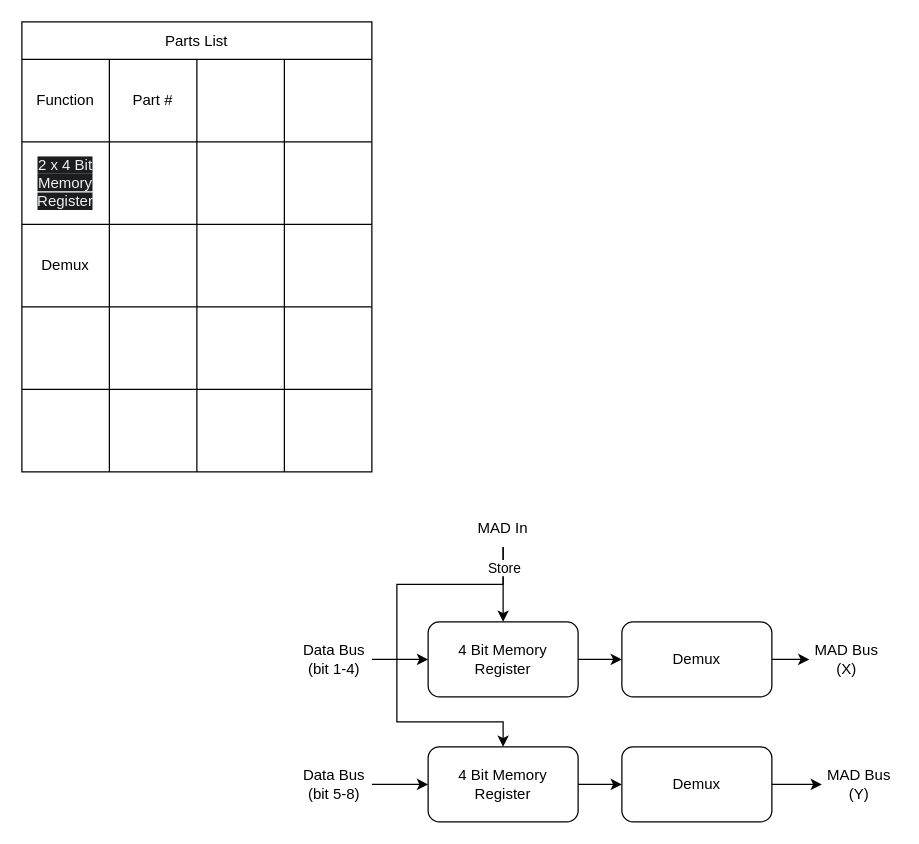
Before: page "Memory Buffer" (2 of 4) of General/Magnetic Memory.drawio in omzz15/Magnetic-Memory, a draw.io diagram. Source tidied: cells renumbered, new cells numbered last; positions are measured from the earlier drawing's top-left corner, leaving out a move shared by most shapes. Both pictures are drawn from the tidied source at 125%, with x=0, y=0 at pixel (21, 21).
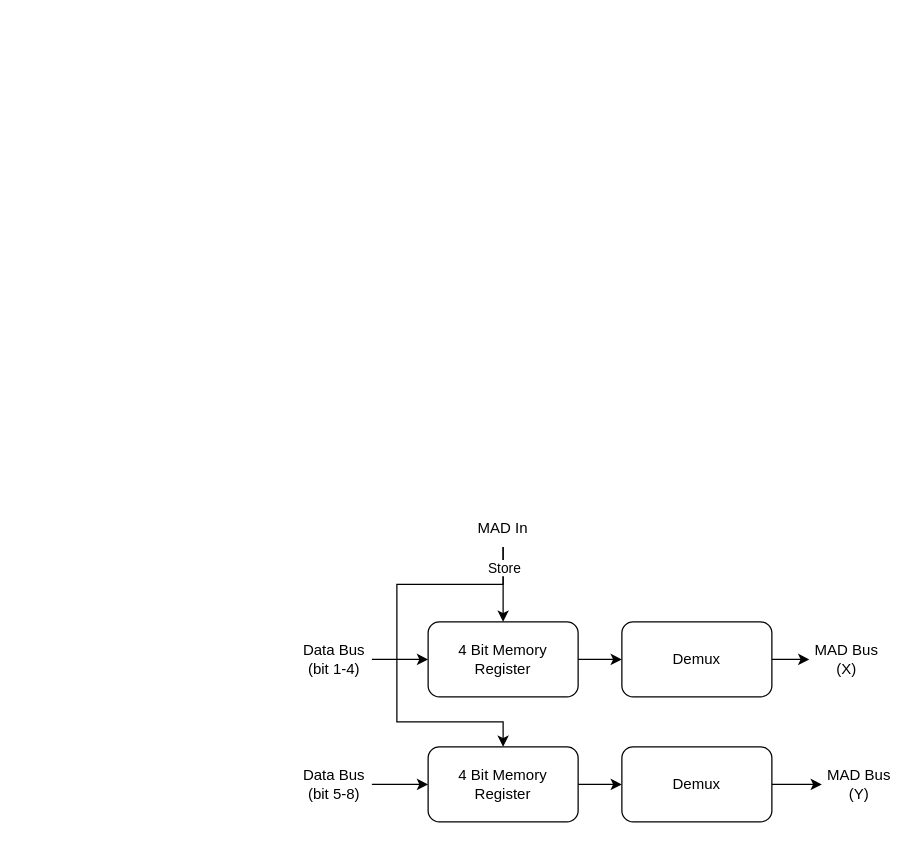
The same page after the edit.

Commit message (it also covers changes not shown here):
Worked on Part Selection

The edit, as a diff of the source:
```diff
@@
-    <mxCell id="20" value="Parts List" style="shape=table;startSize=30;childLayout=tableLayout;" parent="1" vertex="1">
-      <mxGeometry width="280" height="360" as="geometry" />
-    </mxCell>
-    <mxCell id="21" style="shape=tableRow;horizontal=0;startSize=0;swimlaneHead=0;swimlaneBody=0;strokeColor=inherit;top=0;left=0;bottom=0;right=0;fillColor=none;" parent="20" vertex="1">
-      <mxGeometry y="30" width="280" height="66" as="geometry" />
-    </mxCell>
-    <mxCell id="22" value="Function" style="shape=partialRectangle;html=1;whiteSpace=wrap;strokeColor=inherit;overflow=hidden;fillColor=none;top=0;left=0;bottom=0;right=0;" parent="21" vertex="1">
-      <mxGeometry width="70" height="66" as="geometry" />
-    </mxCell>
-    <mxCell id="23" value="Part #" style="shape=partialRectangle;html=1;whiteSpace=wrap;strokeColor=inherit;overflow=hidden;fillColor=none;top=0;left=0;bottom=0;right=0;" parent="21" vertex="1">
-      <mxGeometry x="70" width="70" height="66" as="geometry" />
-    </mxCell>
-    <mxCell id="24" style="shape=partialRectangle;html=1;whiteSpace=wrap;strokeColor=inherit;overflow=hidden;fillColor=none;top=0;left=0;bottom=0;right=0;" parent="21" vertex="1">
-      <mxGeometry x="140" width="70" height="66" as="geometry" />
-    </mxCell>
-    <mxCell id="25" style="shape=partialRectangle;html=1;whiteSpace=wrap;strokeColor=inherit;overflow=hidden;fillColor=none;top=0;left=0;bottom=0;right=0;" parent="21" vertex="1">
-      <mxGeometry x="210" width="70" height="66" as="geometry" />
-    </mxCell>
-    <mxCell id="26" style="shape=tableRow;horizontal=0;startSize=0;swimlaneHead=0;swimlaneBody=0;strokeColor=inherit;top=0;left=0;bottom=0;right=0;fillColor=none;" parent="20" vertex="1">
-      <mxGeometry y="96" width="280" height="66" as="geometry" />
-    </mxCell>
-    <mxCell id="27" value="&lt;span style=&quot;color: rgb(240, 240, 240); font-family: Helvetica; font-size: 12px; font-style: normal; font-variant-ligatures: normal; font-variant-caps: normal; font-weight: 400; letter-spacing: normal; orphans: 2; text-align: center; text-indent: 0px; text-transform: none; widows: 2; word-spacing: 0px; -webkit-text-stroke-width: 0px; background-color: rgb(27, 29, 30); text-decoration-thickness: initial; text-decoration-style: initial; text-decoration-color: initial; float: none; display: inline !important;&quot;&gt;2 x 4 Bit Memory Register&lt;/span&gt;" style="shape=partialRectangle;html=1;whiteSpace=wrap;strokeColor=inherit;overflow=hidden;fillColor=none;top=0;left=0;bottom=0;right=0;" parent="26" vertex="1">
-      <mxGeometry width="70" height="66" as="geometry" />
-    </mxCell>
-    <mxCell id="28" style="shape=partialRectangle;html=1;whiteSpace=wrap;strokeColor=inherit;overflow=hidden;fillColor=none;top=0;left=0;bottom=0;right=0;" parent="26" vertex="1">
-      <mxGeometry x="70" width="70" height="66" as="geometry" />
-    </mxCell>
-    <mxCell id="29" style="shape=partialRectangle;html=1;whiteSpace=wrap;strokeColor=inherit;overflow=hidden;fillColor=none;top=0;left=0;bottom=0;right=0;" parent="26" vertex="1">
-      <mxGeometry x="140" width="70" height="66" as="geometry" />
-    </mxCell>
-    <mxCell id="30" style="shape=partialRectangle;html=1;whiteSpace=wrap;strokeColor=inherit;overflow=hidden;fillColor=none;top=0;left=0;bottom=0;right=0;" parent="26" vertex="1">
-      <mxGeometry x="210" width="70" height="66" as="geometry" />
-    </mxCell>
-    <mxCell id="31" style="shape=tableRow;horizontal=0;startSize=0;swimlaneHead=0;swimlaneBody=0;strokeColor=inherit;top=0;left=0;bottom=0;right=0;fillColor=none;" parent="20" vertex="1">
-      <mxGeometry y="162" width="280" height="66" as="geometry" />
-    </mxCell>
-    <mxCell id="32" value="Demux" style="shape=partialRectangle;html=1;whiteSpace=wrap;strokeColor=inherit;overflow=hidden;fillColor=none;top=0;left=0;bottom=0;right=0;" parent="31" vertex="1">
-      <mxGeometry width="70" height="66" as="geometry" />
-    </mxCell>
-    <mxCell id="33" style="shape=partialRectangle;html=1;whiteSpace=wrap;strokeColor=inherit;overflow=hidden;fillColor=none;top=0;left=0;bottom=0;right=0;" parent="31" vertex="1">
-      <mxGeometry x="70" width="70" height="66" as="geometry" />
-    </mxCell>
-    <mxCell id="34" style="shape=partialRectangle;html=1;whiteSpace=wrap;strokeColor=inherit;overflow=hidden;fillColor=none;top=0;left=0;bottom=0;right=0;" parent="31" vertex="1">
-      <mxGeometry x="140" width="70" height="66" as="geometry" />
-    </mxCell>
-    <mxCell id="35" style="shape=partialRectangle;html=1;whiteSpace=wrap;strokeColor=inherit;overflow=hidden;fillColor=none;top=0;left=0;bottom=0;right=0;" parent="31" vertex="1">
-      <mxGeometry x="210" width="70" height="66" as="geometry" />
-    </mxCell>
-    <mxCell id="36" style="shape=tableRow;horizontal=0;startSize=0;swimlaneHead=0;swimlaneBody=0;strokeColor=inherit;top=0;left=0;bottom=0;right=0;fillColor=none;" parent="20" vertex="1">
-      <mxGeometry y="228" width="280" height="66" as="geometry" />
-    </mxCell>
-    <mxCell id="37" style="shape=partialRectangle;html=1;whiteSpace=wrap;strokeColor=inherit;overflow=hidden;fillColor=none;top=0;left=0;bottom=0;right=0;" parent="36" vertex="1">
-      <mxGeometry width="70" height="66" as="geometry" />
-    </mxCell>
-    <mxCell id="38" style="shape=partialRectangle;html=1;whiteSpace=wrap;strokeColor=inherit;overflow=hidden;fillColor=none;top=0;left=0;bottom=0;right=0;" parent="36" vertex="1">
-      <mxGeometry x="70" width="70" height="66" as="geometry" />
-    </mxCell>
-    <mxCell id="39" style="shape=partialRectangle;html=1;whiteSpace=wrap;strokeColor=inherit;overflow=hidden;fillColor=none;top=0;left=0;bottom=0;right=0;" parent="36" vertex="1">
-      <mxGeometry x="140" width="70" height="66" as="geometry" />
-    </mxCell>
-    <mxCell id="40" style="shape=partialRectangle;html=1;whiteSpace=wrap;strokeColor=inherit;overflow=hidden;fillColor=none;top=0;left=0;bottom=0;right=0;" parent="36" vertex="1">
-      <mxGeometry x="210" width="70" height="66" as="geometry" />
-    </mxCell>
-    <mxCell id="41" style="shape=tableRow;horizontal=0;startSize=0;swimlaneHead=0;swimlaneBody=0;strokeColor=inherit;top=0;left=0;bottom=0;right=0;fillColor=none;" parent="20" vertex="1">
-      <mxGeometry y="294" width="280" height="66" as="geometry" />
-    </mxCell>
-    <mxCell id="42" style="shape=partialRectangle;html=1;whiteSpace=wrap;strokeColor=inherit;overflow=hidden;fillColor=none;top=0;left=0;bottom=0;right=0;" parent="41" vertex="1">
-      <mxGeometry width="70" height="66" as="geometry" />
-    </mxCell>
-    <mxCell id="43" style="shape=partialRectangle;html=1;whiteSpace=wrap;strokeColor=inherit;overflow=hidden;fillColor=none;top=0;left=0;bottom=0;right=0;" parent="41" vertex="1">
-      <mxGeometry x="70" width="70" height="66" as="geometry" />
-    </mxCell>
-    <mxCell id="44" style="shape=partialRectangle;html=1;whiteSpace=wrap;strokeColor=inherit;overflow=hidden;fillColor=none;top=0;left=0;bottom=0;right=0;" parent="41" vertex="1">
-      <mxGeometry x="140" width="70" height="66" as="geometry" />
-    </mxCell>
-    <mxCell id="45" style="shape=partialRectangle;html=1;whiteSpace=wrap;strokeColor=inherit;overflow=hidden;fillColor=none;top=0;left=0;bottom=0;right=0;" parent="41" vertex="1">
-      <mxGeometry x="210" width="70" height="66" as="geometry" />
-    </mxCell>
```
